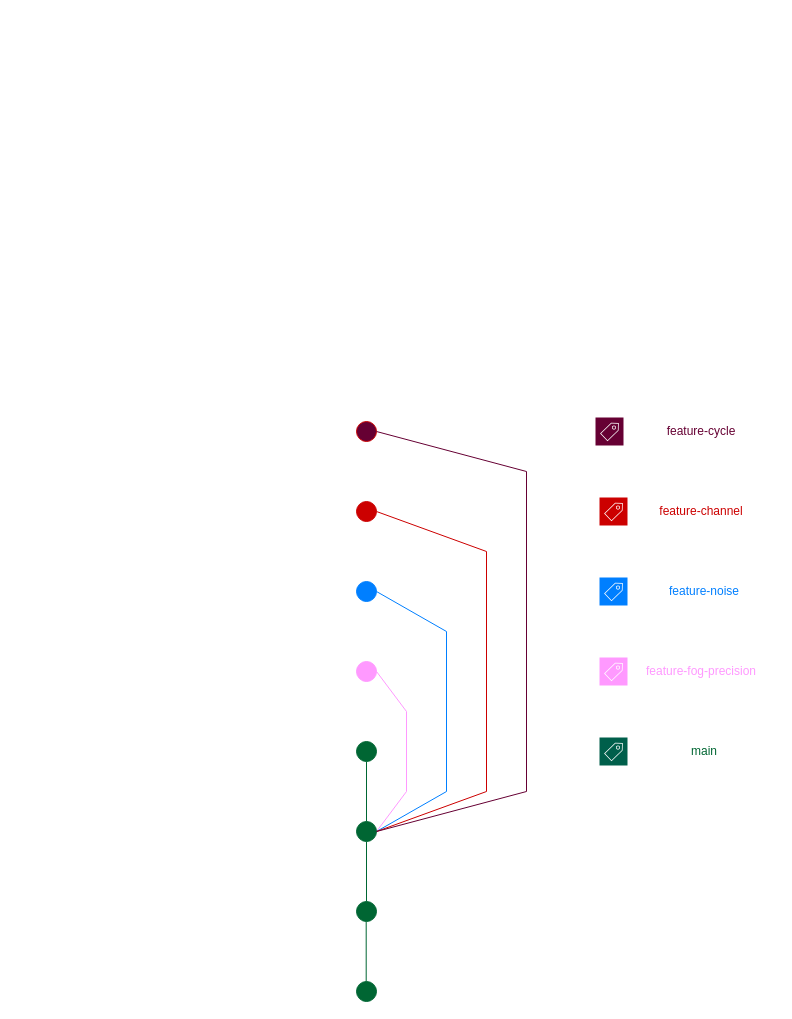
Earlier version of the draw.io diagram 对比实验.drawio (UNIQUEXIONG123/UNIQUEXIONG123). Source tidied: cells renumbered, new cells numbered last; positions are measured from the earlier drawing's top-left corner, leaving out a move shared by most shapes. Both pictures are drawn from the tidied source at 100%, with x=0, y=0 at pixel (356, 416).
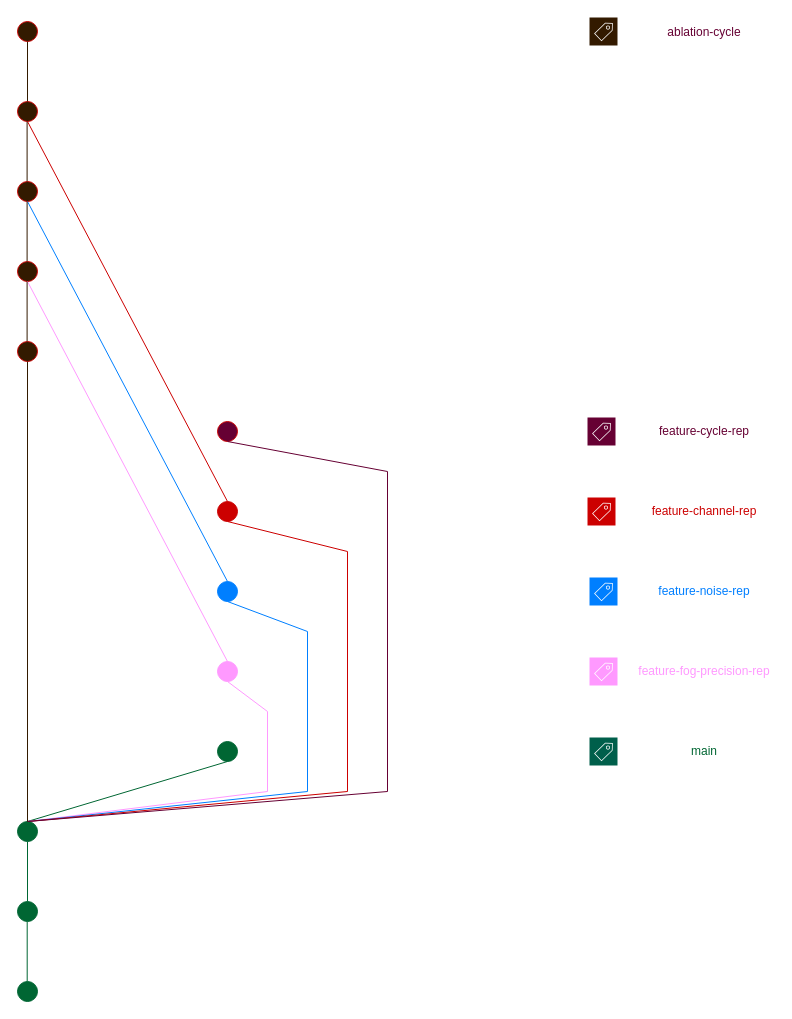
The same page after the edit.

Commit message (it also covers changes not shown here):
更新对比实验.drawio

Change to the diagram source:
```diff
@@
-    <mxCell id="2" style="endArrow=none;html=1;rounded=0;entryX=0.5;entryY=1;entryDx=0;entryDy=0;exitX=0.5;exitY=0;exitDx=0;exitDy=0;strokeColor=#006633;" parent="1" edge="1">
-      <mxGeometry relative="1" as="geometry">
-        <mxPoint x="10" y="485" as="sourcePoint" />
-        <mxPoint x="10" y="425" as="targetPoint" />
-      </mxGeometry>
-    </mxCell>
-    <mxCell id="3" style="ellipse;whiteSpace=wrap;html=1;fillColor=#006633;strokeColor=#006633;" parent="1" vertex="1">
-      <mxGeometry y="325" width="20" height="20" as="geometry" />
-    </mxCell>
-    <mxCell id="4" style="endArrow=none;html=1;rounded=0;entryX=0.5;entryY=1;entryDx=0;entryDy=0;exitX=0.5;exitY=0;exitDx=0;exitDy=0;strokeColor=#006633;" parent="1" edge="1" target="3">
-      <mxGeometry relative="1" as="geometry">
-        <mxPoint x="10" y="405" as="sourcePoint" />
-      </mxGeometry>
-    </mxCell>
-    <mxCell id="5" style="endArrow=none;html=1;rounded=0;exitX=1;exitY=0.5;exitDx=0;exitDy=0;strokeColor=#FF99FF;" parent="1" edge="1">
-      <mxGeometry relative="1" as="geometry">
-        <mxPoint x="20" y="415" as="sourcePoint" />
-        <mxPoint x="50" y="375" as="targetPoint" />
-      </mxGeometry>
-    </mxCell>
-    <mxCell id="6" style="endArrow=none;html=1;rounded=0;strokeColor=#FF99FF;" parent="1" edge="1">
-      <mxGeometry relative="1" as="geometry">
-        <mxPoint x="50" y="375" as="sourcePoint" />
-        <mxPoint x="50" y="295" as="targetPoint" />
-      </mxGeometry>
-    </mxCell>
-    <mxCell id="7" style="ellipse;whiteSpace=wrap;html=1;fillColor=#FF99FF;strokeColor=#FF99FF;" parent="1" vertex="1">
-      <mxGeometry y="245" width="20" height="20" as="geometry" />
-    </mxCell>
-    <mxCell id="8" style="endArrow=none;html=1;rounded=0;entryX=1;entryY=0.5;entryDx=0;entryDy=0;strokeColor=#FF99FF;" parent="1" edge="1" target="7">
-      <mxGeometry relative="1" as="geometry">
-        <mxPoint x="50" y="295" as="sourcePoint" />
-      </mxGeometry>
-    </mxCell>
-    <mxCell id="9" style="endArrow=none;html=1;rounded=0;strokeColor=#007FFF;" parent="1" edge="1">
-      <mxGeometry relative="1" as="geometry">
-        <mxPoint x="20" y="415" as="sourcePoint" />
-        <mxPoint x="90" y="375" as="targetPoint" />
-      </mxGeometry>
-    </mxCell>
-    <mxCell id="10" style="endArrow=none;html=1;rounded=0;strokeColor=#007FFF;" parent="1" edge="1">
-      <mxGeometry relative="1" as="geometry">
-        <mxPoint x="90" y="375" as="sourcePoint" />
-        <mxPoint x="90" y="215" as="targetPoint" />
-      </mxGeometry>
-    </mxCell>
-    <mxCell id="11" style="ellipse;whiteSpace=wrap;html=1;fillColor=#007FFF;strokeColor=#007FFF;" parent="1" vertex="1">
-      <mxGeometry y="165" width="20" height="20" as="geometry" />
-    </mxCell>
-    <mxCell id="12" style="endArrow=none;html=1;rounded=0;exitX=1;exitY=0.5;exitDx=0;exitDy=0;strokeColor=#007FFF;" parent="1" edge="1" source="11">
-      <mxGeometry relative="1" as="geometry">
-        <mxPoint x="90" y="215" as="targetPoint" />
-      </mxGeometry>
-    </mxCell>
-    <mxCell id="13" style="ellipse;whiteSpace=wrap;html=1;fillColor=#CC0000;strokeColor=#CC0000;" parent="1" vertex="1">
-      <mxGeometry y="85" width="20" height="20" as="geometry" />
-    </mxCell>
-    <mxCell id="14" style="endArrow=none;html=1;rounded=0;strokeColor=#CC0000;" parent="1" edge="1">
-      <mxGeometry relative="1" as="geometry">
-        <mxPoint x="20" y="415" as="sourcePoint" />
-        <mxPoint x="130" y="375" as="targetPoint" />
-      </mxGeometry>
-    </mxCell>
-    <mxCell id="15" style="endArrow=none;html=1;rounded=0;strokeColor=#CC0000;" parent="1" edge="1">
-      <mxGeometry relative="1" as="geometry">
-        <mxPoint x="130" y="135" as="sourcePoint" />
-        <mxPoint x="130" y="375" as="targetPoint" />
-      </mxGeometry>
-    </mxCell>
-    <mxCell id="16" style="endArrow=none;html=1;rounded=0;entryX=1;entryY=0.5;entryDx=0;entryDy=0;strokeColor=#CC0000;" parent="1" edge="1" target="13">
-      <mxGeometry relative="1" as="geometry">
-        <mxPoint x="130" y="135" as="sourcePoint" />
-      </mxGeometry>
-    </mxCell>
-    <mxCell id="17" style="ellipse;whiteSpace=wrap;html=1;fillColor=#006633;strokeColor=#006633;" parent="1" vertex="1">
-      <mxGeometry y="405" width="20" height="20" as="geometry" />
-    </mxCell>
-    <mxCell id="18" style="ellipse;whiteSpace=wrap;html=1;fillColor=#006633;strokeColor=#006633;" parent="1" vertex="1">
-      <mxGeometry y="485" width="20" height="20" as="geometry" />
-    </mxCell>
-    <mxCell id="19" style="ellipse;whiteSpace=wrap;html=1;fillColor=#006633;strokeColor=#006633;" parent="1" vertex="1">
-      <mxGeometry y="565" width="20" height="20" as="geometry" />
-    </mxCell>
-    <mxCell id="20" style="endArrow=none;html=1;rounded=0;entryX=0.5;entryY=1;entryDx=0;entryDy=0;exitX=0.5;exitY=0;exitDx=0;exitDy=0;strokeColor=#006633;" parent="1" edge="1">
-      <mxGeometry relative="1" as="geometry">
-        <mxPoint x="9.7" y="565" as="sourcePoint" />
-        <mxPoint x="9.7" y="505" as="targetPoint" />
-      </mxGeometry>
-    </mxCell>
-    <mxCell id="21" style="ellipse;whiteSpace=wrap;html=1;fillColor=#660033;strokeColor=#CC0000;" parent="1" vertex="1">
-      <mxGeometry y="5" width="20" height="20" as="geometry" />
-    </mxCell>
-    <mxCell id="22" style="endArrow=none;html=1;rounded=0;exitX=1;exitY=0.5;exitDx=0;exitDy=0;strokeColor=#660033;" parent="1" edge="1" source="17">
-      <mxGeometry relative="1" as="geometry">
-        <mxPoint x="170" y="375" as="targetPoint" />
-      </mxGeometry>
-    </mxCell>
-    <mxCell id="23" style="endArrow=none;html=1;rounded=0;strokeColor=#660033;" parent="1" edge="1">
-      <mxGeometry relative="1" as="geometry">
-        <mxPoint x="170" y="375" as="sourcePoint" />
-        <mxPoint x="170" y="55" as="targetPoint" />
-      </mxGeometry>
-    </mxCell>
-    <mxCell id="24" style="endArrow=none;html=1;rounded=0;strokeColor=#660033;exitX=1;exitY=0.5;exitDx=0;exitDy=0;" parent="1" edge="1" source="21">
-      <mxGeometry relative="1" as="geometry">
-        <mxPoint x="170" y="55" as="targetPoint" />
-      </mxGeometry>
-    </mxCell>
-    <mxCell id="25" style="sketch=0;shadow=0;dashed=0;html=1;strokeColor=none;fillColor=#005F4B;labelPosition=center;verticalLabelPosition=bottom;verticalAlign=top;align=center;shape=mxgraph.veeam2.tag;" parent="1" vertex="1">
-      <mxGeometry x="243" y="321" width="28" height="28" as="geometry" />
-    </mxCell>
-    <mxCell id="26" style="sketch=0;shadow=0;dashed=0;html=1;strokeColor=none;fillColor=#FF99FF;labelPosition=center;verticalLabelPosition=bottom;verticalAlign=top;align=center;shape=mxgraph.veeam2.tag;" parent="1" vertex="1">
-      <mxGeometry x="243" y="241" width="28" height="28" as="geometry" />
-    </mxCell>
-    <mxCell id="27" style="sketch=0;shadow=0;dashed=0;html=1;strokeColor=none;fillColor=#007FFF;labelPosition=center;verticalLabelPosition=bottom;verticalAlign=top;align=center;shape=mxgraph.veeam2.tag;" parent="1" vertex="1">
-      <mxGeometry x="243" y="161" width="28" height="28" as="geometry" />
-    </mxCell>
-    <mxCell id="28" style="sketch=0;shadow=0;dashed=0;html=1;strokeColor=none;fillColor=#CC0000;labelPosition=center;verticalLabelPosition=bottom;verticalAlign=top;align=center;shape=mxgraph.veeam2.tag;" parent="1" vertex="1">
-      <mxGeometry x="243" y="81" width="28" height="28" as="geometry" />
-    </mxCell>
-    <mxCell id="29" style="sketch=0;shadow=0;dashed=0;html=1;strokeColor=none;fillColor=#660033;labelPosition=center;verticalLabelPosition=bottom;verticalAlign=top;align=center;shape=mxgraph.veeam2.tag;" parent="1" vertex="1">
-      <mxGeometry x="239" y="1" width="28" height="28" as="geometry" />
-    </mxCell>
+    <mxCell id="35" style="endArrow=none;html=1;rounded=0;entryX=0.5;entryY=1;entryDx=0;entryDy=0;exitX=0.5;exitY=0;exitDx=0;exitDy=0;strokeColor=#006633;" parent="1" edge="1">
+      <mxGeometry relative="1" as="geometry">
+        <mxPoint x="-329" y="485" as="sourcePoint" />
+        <mxPoint x="-329" y="425" as="targetPoint" />
+      </mxGeometry>
+    </mxCell>
+    <mxCell id="36" style="ellipse;whiteSpace=wrap;html=1;fillColor=#006633;strokeColor=#006633;" parent="1" vertex="1">
+      <mxGeometry x="-139" y="325" width="20" height="20" as="geometry" />
+    </mxCell>
+    <mxCell id="37" style="endArrow=none;html=1;rounded=0;entryX=0.5;entryY=1;entryDx=0;entryDy=0;exitX=0.5;exitY=0;exitDx=0;exitDy=0;strokeColor=#006633;" parent="1" edge="1" target="36">
+      <mxGeometry relative="1" as="geometry">
+        <mxPoint x="-329" y="405" as="sourcePoint" />
+      </mxGeometry>
+    </mxCell>
+    <mxCell id="38" style="endArrow=none;html=1;rounded=0;exitX=0.5;exitY=0;exitDx=0;exitDy=0;strokeColor=#FF99FF;" parent="1" edge="1" source="48">
+      <mxGeometry relative="1" as="geometry">
+        <mxPoint x="-89" y="375" as="targetPoint" />
+      </mxGeometry>
+    </mxCell>
+    <mxCell id="39" style="ellipse;whiteSpace=wrap;html=1;fillColor=#FF99FF;strokeColor=#FF99FF;" parent="1" vertex="1">
+      <mxGeometry x="-139" y="245" width="20" height="20" as="geometry" />
+    </mxCell>
+    <mxCell id="40" style="endArrow=none;html=1;rounded=0;entryX=0.5;entryY=1;entryDx=0;entryDy=0;strokeColor=#FF99FF;" parent="1" edge="1" target="39">
+      <mxGeometry relative="1" as="geometry">
+        <mxPoint x="-89" y="295" as="sourcePoint" />
+      </mxGeometry>
+    </mxCell>
+    <mxCell id="41" style="endArrow=none;html=1;rounded=0;strokeColor=#007FFF;exitX=0.5;exitY=0;exitDx=0;exitDy=0;" parent="1" edge="1" source="48">
+      <mxGeometry relative="1" as="geometry">
+        <mxPoint x="-49" y="375" as="targetPoint" />
+      </mxGeometry>
+    </mxCell>
+    <mxCell id="42" style="ellipse;whiteSpace=wrap;html=1;fillColor=#007FFF;strokeColor=#007FFF;" parent="1" vertex="1">
+      <mxGeometry x="-139" y="165" width="20" height="20" as="geometry" />
+    </mxCell>
+    <mxCell id="43" style="endArrow=none;html=1;rounded=0;exitX=0.5;exitY=1;exitDx=0;exitDy=0;strokeColor=#007FFF;" parent="1" edge="1" source="42">
+      <mxGeometry relative="1" as="geometry">
+        <mxPoint x="-49" y="215" as="targetPoint" />
+      </mxGeometry>
+    </mxCell>
+    <mxCell id="44" style="ellipse;whiteSpace=wrap;html=1;fillColor=#CC0000;strokeColor=#CC0000;" parent="1" vertex="1">
+      <mxGeometry x="-139" y="85" width="20" height="20" as="geometry" />
+    </mxCell>
+    <mxCell id="45" style="endArrow=none;html=1;rounded=0;strokeColor=#CC0000;exitX=0.5;exitY=0;exitDx=0;exitDy=0;" parent="1" edge="1" source="48">
+      <mxGeometry relative="1" as="geometry">
+        <mxPoint x="-9" y="375" as="targetPoint" />
+      </mxGeometry>
+    </mxCell>
+    <mxCell id="46" style="endArrow=none;html=1;rounded=0;strokeColor=#CC0000;" parent="1" edge="1">
+      <mxGeometry relative="1" as="geometry">
+        <mxPoint x="-9" y="135" as="sourcePoint" />
+        <mxPoint x="-9" y="375" as="targetPoint" />
+      </mxGeometry>
+    </mxCell>
+    <mxCell id="47" style="endArrow=none;html=1;rounded=0;entryX=0.5;entryY=1;entryDx=0;entryDy=0;strokeColor=#CC0000;" parent="1" edge="1" target="44">
+      <mxGeometry relative="1" as="geometry">
+        <mxPoint x="-9" y="135" as="sourcePoint" />
+      </mxGeometry>
+    </mxCell>
+    <mxCell id="48" style="ellipse;whiteSpace=wrap;html=1;fillColor=#006633;strokeColor=#006633;" parent="1" vertex="1">
+      <mxGeometry x="-339" y="405" width="20" height="20" as="geometry" />
+    </mxCell>
+    <mxCell id="49" style="ellipse;whiteSpace=wrap;html=1;fillColor=#006633;strokeColor=#006633;" parent="1" vertex="1">
+      <mxGeometry x="-339" y="485" width="20" height="20" as="geometry" />
+    </mxCell>
+    <mxCell id="50" style="ellipse;whiteSpace=wrap;html=1;fillColor=#006633;strokeColor=#006633;" parent="1" vertex="1">
+      <mxGeometry x="-339" y="565" width="20" height="20" as="geometry" />
+    </mxCell>
+    <mxCell id="51" style="endArrow=none;html=1;rounded=0;entryX=0.5;entryY=1;entryDx=0;entryDy=0;exitX=0.5;exitY=0;exitDx=0;exitDy=0;strokeColor=#006633;" parent="1" edge="1">
+      <mxGeometry relative="1" as="geometry">
+        <mxPoint x="-329.3" y="565" as="sourcePoint" />
+        <mxPoint x="-329.3" y="505" as="targetPoint" />
+      </mxGeometry>
+    </mxCell>
+    <mxCell id="52" style="ellipse;whiteSpace=wrap;html=1;fillColor=#660033;strokeColor=#CC0000;" parent="1" vertex="1">
+      <mxGeometry x="-139" y="5" width="20" height="20" as="geometry" />
+    </mxCell>
+    <mxCell id="53" style="endArrow=none;html=1;rounded=0;exitX=0.5;exitY=0;exitDx=0;exitDy=0;strokeColor=#660033;" parent="1" edge="1" source="48">
+      <mxGeometry relative="1" as="geometry">
+        <mxPoint x="31" y="375" as="targetPoint" />
+      </mxGeometry>
+    </mxCell>
+    <mxCell id="54" style="endArrow=none;html=1;rounded=0;strokeColor=#660033;" parent="1" edge="1">
+      <mxGeometry relative="1" as="geometry">
+        <mxPoint x="31" y="375" as="sourcePoint" />
+        <mxPoint x="31" y="55" as="targetPoint" />
+      </mxGeometry>
+    </mxCell>
+    <mxCell id="55" style="endArrow=none;html=1;rounded=0;strokeColor=#660033;exitX=0.5;exitY=1;exitDx=0;exitDy=0;" parent="1" edge="1" source="52">
+      <mxGeometry relative="1" as="geometry">
+        <mxPoint x="31" y="55" as="targetPoint" />
+      </mxGeometry>
+    </mxCell>
+    <mxCell id="56" style="sketch=0;shadow=0;dashed=0;html=1;strokeColor=none;fillColor=#005F4B;labelPosition=center;verticalLabelPosition=bottom;verticalAlign=top;align=center;shape=mxgraph.veeam2.tag;" parent="1" vertex="1">
+      <mxGeometry x="233" y="321" width="28" height="28" as="geometry" />
+    </mxCell>
+    <mxCell id="57" style="sketch=0;shadow=0;dashed=0;html=1;strokeColor=none;fillColor=#FF99FF;labelPosition=center;verticalLabelPosition=bottom;verticalAlign=top;align=center;shape=mxgraph.veeam2.tag;" parent="1" vertex="1">
+      <mxGeometry x="233" y="241" width="28" height="28" as="geometry" />
+    </mxCell>
+    <mxCell id="58" style="sketch=0;shadow=0;dashed=0;html=1;strokeColor=none;fillColor=#007FFF;labelPosition=center;verticalLabelPosition=bottom;verticalAlign=top;align=center;shape=mxgraph.veeam2.tag;" parent="1" vertex="1">
+      <mxGeometry x="233" y="161" width="28" height="28" as="geometry" />
+    </mxCell>
+    <mxCell id="59" style="sketch=0;shadow=0;dashed=0;html=1;strokeColor=none;fillColor=#CC0000;labelPosition=center;verticalLabelPosition=bottom;verticalAlign=top;align=center;shape=mxgraph.veeam2.tag;" parent="1" vertex="1">
+      <mxGeometry x="231" y="81" width="28" height="28" as="geometry" />
+    </mxCell>
+    <mxCell id="60" style="sketch=0;shadow=0;dashed=0;html=1;strokeColor=none;fillColor=#660033;labelPosition=center;verticalLabelPosition=bottom;verticalAlign=top;align=center;shape=mxgraph.veeam2.tag;" parent="1" vertex="1">
+      <mxGeometry x="231" y="1" width="28" height="28" as="geometry" />
+    </mxCell>
@@
-    <mxCell id="31" value="feature-fog-precision" style="text;html=1;align=center;verticalAlign=middle;whiteSpace=wrap;rounded=0;fontColor=#FF99FF;" parent="1" vertex="1">
-      <mxGeometry x="275" y="240" width="140" height="30" as="geometry" />
-    </mxCell>
-    <mxCell id="32" value="feature-noise" style="text;html=1;align=center;verticalAlign=middle;whiteSpace=wrap;rounded=0;fontColor=#007FFF;" parent="1" vertex="1">
-      <mxGeometry x="293" y="160" width="110" height="30" as="geometry" />
-    </mxCell>
-    <mxCell id="33" value="feature-channel" style="text;html=1;align=center;verticalAlign=middle;whiteSpace=wrap;rounded=0;fontColor=#CC0000;" parent="1" vertex="1">
-      <mxGeometry x="285" y="80" width="120" height="30" as="geometry" />
-    </mxCell>
-    <mxCell id="34" value="&lt;font color=&quot;#660033&quot;&gt;feature-cycle&lt;/font&gt;" style="text;html=1;align=center;verticalAlign=middle;whiteSpace=wrap;rounded=0;fontColor=#CC0000;" parent="1" vertex="1">
-      <mxGeometry x="300" width="90" height="30" as="geometry" />
-    </mxCell>
+    <mxCell id="61" value="feature-fog-precision-rep" style="text;html=1;align=center;verticalAlign=middle;whiteSpace=wrap;rounded=0;fontColor=#FF99FF;" parent="1" vertex="1">
+      <mxGeometry x="278" y="240" width="140" height="30" as="geometry" />
+    </mxCell>
+    <mxCell id="62" value="feature-noise-rep" style="text;html=1;align=center;verticalAlign=middle;whiteSpace=wrap;rounded=0;fontColor=#007FFF;" parent="1" vertex="1">
+      <mxGeometry x="293" y="160" width="110" height="30" as="geometry" />
+    </mxCell>
+    <mxCell id="63" value="feature-channel-rep" style="text;html=1;align=center;verticalAlign=middle;whiteSpace=wrap;rounded=0;fontColor=#CC0000;" parent="1" vertex="1">
+      <mxGeometry x="288" y="80" width="120" height="30" as="geometry" />
+    </mxCell>
+    <mxCell id="64" value="&lt;font color=&quot;#660033&quot;&gt;feature-cycle-rep&lt;/font&gt;" style="text;html=1;align=center;verticalAlign=middle;whiteSpace=wrap;rounded=0;fontColor=#CC0000;" parent="1" vertex="1">
+      <mxGeometry x="295" width="106" height="30" as="geometry" />
+    </mxCell>
+    <mxCell id="65" style="ellipse;whiteSpace=wrap;html=1;fillColor=#331A00;strokeColor=#CC0000;" parent="1" vertex="1">
+      <mxGeometry x="-339" y="-75" width="20" height="20" as="geometry" />
+    </mxCell>
+    <mxCell id="66" style="endArrow=none;html=1;rounded=0;entryX=0.5;entryY=1;entryDx=0;entryDy=0;exitX=0.5;exitY=0;exitDx=0;exitDy=0;strokeColor=#331A00;" parent="1" edge="1" source="48" target="65">
+      <mxGeometry relative="1" as="geometry" />
+    </mxCell>
+    <mxCell id="67" style="endArrow=none;html=1;rounded=0;strokeColor=#FF99FF;" parent="1" edge="1">
+      <mxGeometry relative="1" as="geometry">
+        <mxPoint x="-89" y="375" as="sourcePoint" />
+        <mxPoint x="-89" y="295" as="targetPoint" />
+      </mxGeometry>
+    </mxCell>
+    <mxCell id="68" style="endArrow=none;html=1;rounded=0;strokeColor=#007FFF;" parent="1" edge="1">
+      <mxGeometry relative="1" as="geometry">
+        <mxPoint x="-49" y="215" as="sourcePoint" />
+        <mxPoint x="-49" y="375" as="targetPoint" />
+      </mxGeometry>
+    </mxCell>
+    <mxCell id="69" style="ellipse;whiteSpace=wrap;html=1;fillColor=#331A00;strokeColor=#CC0000;" parent="1" vertex="1">
+      <mxGeometry x="-339" y="-155" width="20" height="20" as="geometry" />
+    </mxCell>
+    <mxCell id="70" style="ellipse;whiteSpace=wrap;html=1;fillColor=#331A00;strokeColor=#CC0000;" parent="1" vertex="1">
+      <mxGeometry x="-339" y="-235" width="20" height="20" as="geometry" />
+    </mxCell>
+    <mxCell id="71" style="ellipse;whiteSpace=wrap;html=1;fillColor=#331A00;strokeColor=#CC0000;" parent="1" vertex="1">
+      <mxGeometry x="-339" y="-315" width="20" height="20" as="geometry" />
+    </mxCell>
+    <mxCell id="72" style="endArrow=none;html=1;rounded=0;exitX=0.5;exitY=1;exitDx=0;exitDy=0;entryX=0.5;entryY=0;entryDx=0;entryDy=0;strokeColor=#FF99FF;" parent="1" edge="1" source="69" target="39">
+      <mxGeometry relative="1" as="geometry" />
+    </mxCell>
+    <mxCell id="73" style="endArrow=none;html=1;rounded=0;exitX=0.5;exitY=0;exitDx=0;exitDy=0;entryX=0.5;entryY=1;entryDx=0;entryDy=0;strokeColor=#007FFF;" parent="1" edge="1" source="42" target="70">
+      <mxGeometry relative="1" as="geometry" />
+    </mxCell>
+    <mxCell id="74" style="endArrow=none;html=1;rounded=0;exitX=0.5;exitY=0;exitDx=0;exitDy=0;entryX=0.5;entryY=1;entryDx=0;entryDy=0;strokeColor=#CC0000;" parent="1" edge="1" source="44" target="71">
+      <mxGeometry relative="1" as="geometry" />
+    </mxCell>
+    <mxCell id="75" style="ellipse;whiteSpace=wrap;html=1;fillColor=#331A00;strokeColor=#CC0000;" parent="1" vertex="1">
+      <mxGeometry x="-339" y="-395" width="20" height="20" as="geometry" />
+    </mxCell>
+    <mxCell id="76" style="endArrow=none;html=1;rounded=0;entryX=0.5;entryY=0;entryDx=0;entryDy=0;strokeColor=#331A00;" parent="1" edge="1" target="71">
+      <mxGeometry relative="1" as="geometry">
+        <mxPoint x="-329" y="-375" as="sourcePoint" />
+      </mxGeometry>
+    </mxCell>
+    <mxCell id="77" style="endArrow=none;html=1;rounded=0;entryX=0.5;entryY=0;entryDx=0;entryDy=0;strokeColor=#331A00;" parent="1" edge="1">
+      <mxGeometry relative="1" as="geometry">
+        <mxPoint x="-329.4" y="-295" as="sourcePoint" />
+        <mxPoint x="-329.4" y="-235" as="targetPoint" />
+      </mxGeometry>
+    </mxCell>
+    <mxCell id="78" style="endArrow=none;html=1;rounded=0;entryX=0.5;entryY=0;entryDx=0;entryDy=0;strokeColor=#331A00;" parent="1" edge="1">
+      <mxGeometry relative="1" as="geometry">
+        <mxPoint x="-329.4" y="-215" as="sourcePoint" />
+        <mxPoint x="-329.4" y="-155" as="targetPoint" />
+      </mxGeometry>
+    </mxCell>
+    <mxCell id="79" style="endArrow=none;html=1;rounded=0;entryX=0.5;entryY=0;entryDx=0;entryDy=0;strokeColor=#331A00;" parent="1" edge="1">
+      <mxGeometry relative="1" as="geometry">
+        <mxPoint x="-329.4" y="-135" as="sourcePoint" />
+        <mxPoint x="-329.4" y="-75" as="targetPoint" />
+      </mxGeometry>
+    </mxCell>
+    <mxCell id="80" style="sketch=0;shadow=0;dashed=0;html=1;strokeColor=none;fillColor=#331A00;labelPosition=center;verticalLabelPosition=bottom;verticalAlign=top;align=center;shape=mxgraph.veeam2.tag;" parent="1" vertex="1">
+      <mxGeometry x="233" y="-399" width="28" height="28" as="geometry" />
+    </mxCell>
+    <mxCell id="81" value="&lt;font color=&quot;#660033&quot;&gt;ablation-cycle&lt;/font&gt;" style="text;html=1;align=center;verticalAlign=middle;whiteSpace=wrap;rounded=0;fontColor=#CC0000;" parent="1" vertex="1">
+      <mxGeometry x="295" y="-399" width="106" height="30" as="geometry" />
+    </mxCell>
```
